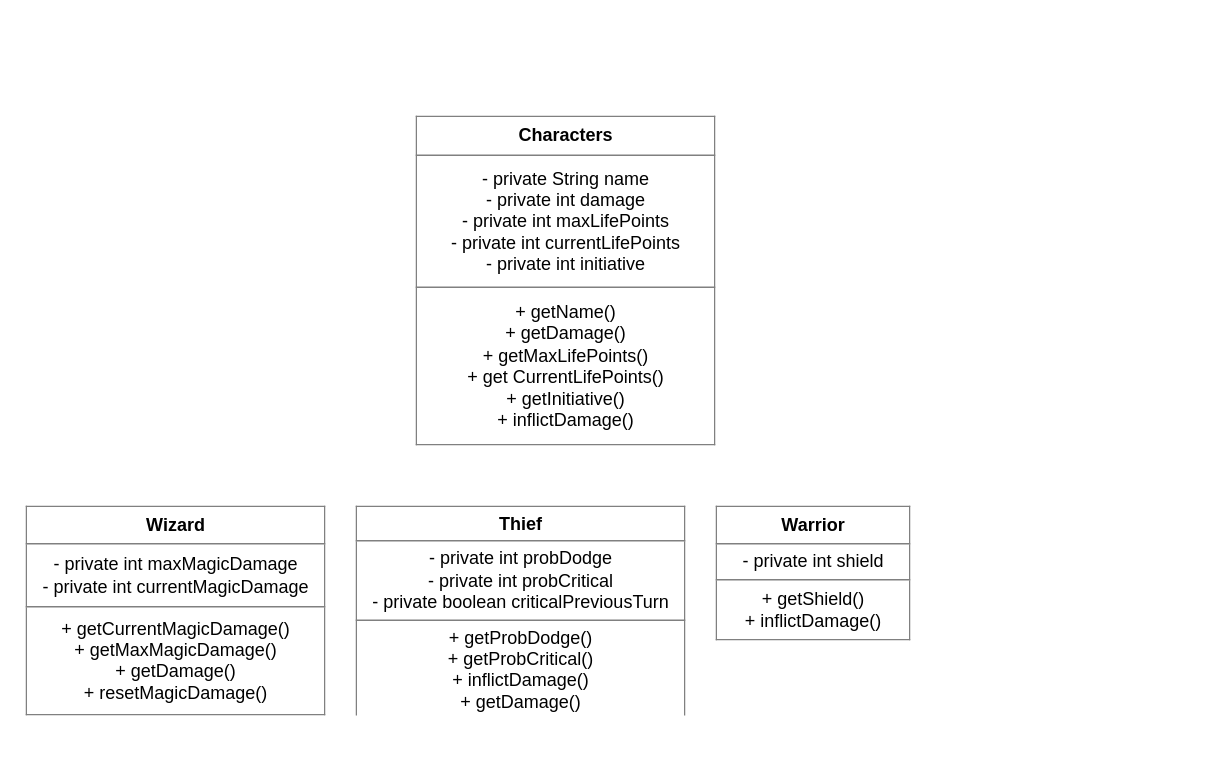
Before: POO Diagram.drawio in SarahHayat/pooDnd, a draw.io diagram. Source tidied: cells renumbered, new cells numbered last; positions are measured from the earlier drawing's top-left corner, leaving out a move shared by most shapes. Both pictures are drawn from the tidied source at 150%, with x=0, y=0 at pixel (26, 116).
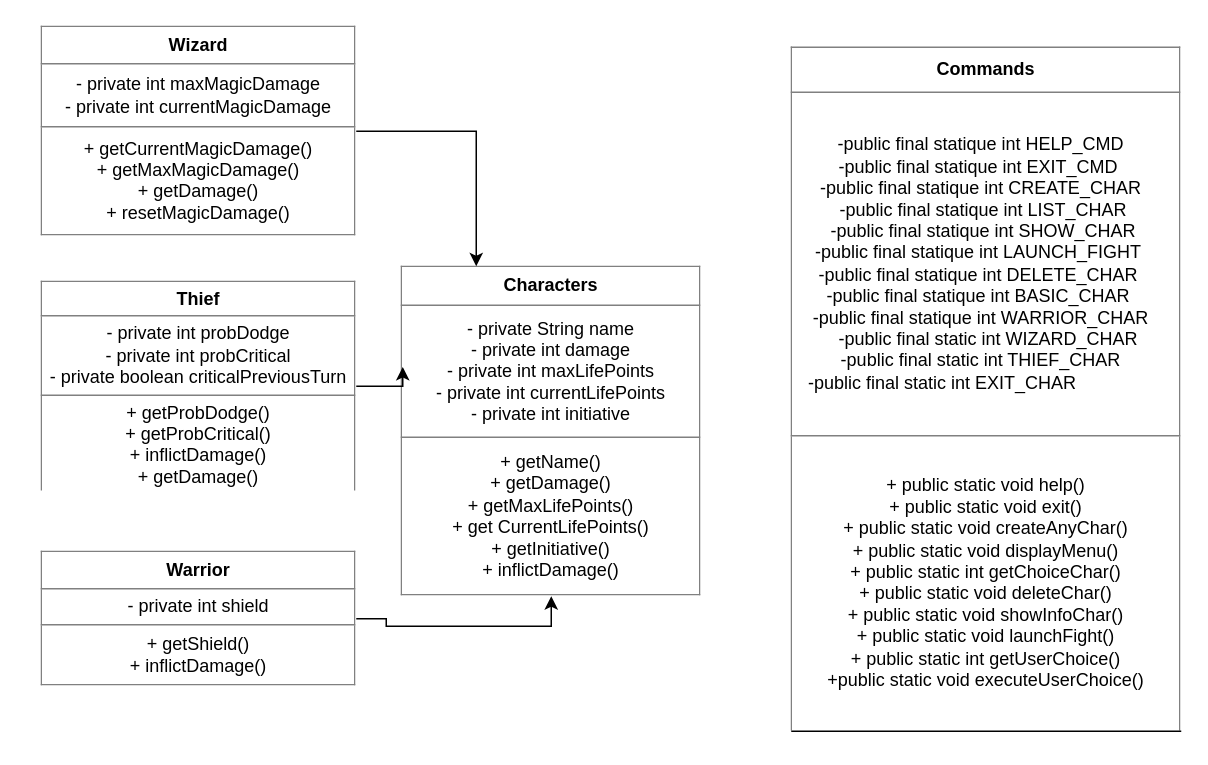
The same page after the edit.

Diff of the diagram source:
```diff
@@
 <mxGraphModel>
   <root>
     <mxCell id="0" />
     <mxCell id="1" parent="0" />
     <mxCell id="2" value="&lt;table border=&quot;1&quot; width=&quot;100%&quot; cellpadding=&quot;4&quot; style=&quot;width: 100% ; height: 100% ; border-collapse: collapse&quot;&gt;&lt;tbody&gt;&lt;tr&gt;&lt;th align=&quot;center&quot;&gt;&lt;b&gt;Characters&lt;/b&gt;&lt;/th&gt;&lt;/tr&gt;&lt;tr&gt;&lt;td align=&quot;center&quot;&gt;- private String name&lt;br&gt;- private int damage&lt;br&gt;- private int maxLifePoints&lt;br&gt;- private int currentLifePoints&lt;br&gt;- private int initiative&lt;br&gt;&lt;/td&gt;&lt;/tr&gt;&lt;tr&gt;&lt;td align=&quot;center&quot;&gt;+ getName()&lt;br&gt;+ getDamage()&lt;br&gt;+ getMaxLifePoints()&lt;br&gt;+ get CurrentLifePoints()&lt;br&gt;+ getInitiative()&lt;br&gt;+ inflictDamage()&lt;/td&gt;&lt;/tr&gt;&lt;/tbody&gt;&lt;/table&gt;" style="text;html=1;strokeColor=none;fillColor=none;overflow=fill;" parent="1" vertex="1">
-      <mxGeometry x="260" width="200" height="220" as="geometry" />
+      <mxGeometry x="250" y="100" width="200" height="220" as="geometry" />
     </mxCell>
+    <mxCell id="6" style="edgeStyle=orthogonalEdgeStyle;rounded=0;jettySize=auto;html=1;exitX=1;exitY=0.5;exitDx=0;exitDy=0;entryX=0.5;entryY=1;entryDx=0;entryDy=0;" parent="1" edge="1" source="3" target="2">
+      <mxGeometry relative="1" as="geometry" />
+    </mxCell>
     <mxCell id="3" value="&lt;table border=&quot;1&quot; width=&quot;100%&quot; cellpadding=&quot;4&quot; style=&quot;width: 100% ; height: 100% ; border-collapse: collapse&quot;&gt;&lt;tbody&gt;&lt;tr&gt;&lt;th align=&quot;center&quot;&gt;Warrior&lt;/th&gt;&lt;/tr&gt;&lt;tr&gt;&lt;td align=&quot;center&quot;&gt;- private int shield&lt;/td&gt;&lt;/tr&gt;&lt;tr&gt;&lt;td align=&quot;center&quot;&gt;+ getShield()&lt;br&gt;+ inflictDamage()&lt;/td&gt;&lt;/tr&gt;&lt;/tbody&gt;&lt;/table&gt;" style="text;html=1;strokeColor=none;fillColor=none;overflow=fill;" parent="1" vertex="1">
-      <mxGeometry x="460" y="260" width="130" height="90" as="geometry" />
+      <mxGeometry x="10" y="290" width="210" height="90" as="geometry" />
     </mxCell>
+    <mxCell id="7" style="edgeStyle=orthogonalEdgeStyle;rounded=0;jettySize=auto;html=1;exitX=1;exitY=0.5;exitDx=0;exitDy=0;entryX=0.005;entryY=0.305;entryDx=0;entryDy=0;entryPerimeter=0;" parent="1" edge="1" source="4" target="2">
+      <mxGeometry relative="1" as="geometry" />
+    </mxCell>
     <mxCell id="4" value="&lt;table border=&quot;1&quot; width=&quot;100%&quot; cellpadding=&quot;4&quot; style=&quot;width: 100% ; height: 100% ; border-collapse: collapse&quot;&gt;&lt;tbody&gt;&lt;tr&gt;&lt;th align=&quot;center&quot;&gt;&lt;b&gt;Thief&lt;/b&gt;&lt;/th&gt;&lt;/tr&gt;&lt;tr&gt;&lt;td align=&quot;center&quot;&gt;- private int probDodge&lt;br&gt;- private int probCritical&lt;br&gt;- private boolean criticalPreviousTurn&lt;/td&gt;&lt;/tr&gt;&lt;tr&gt;&lt;td align=&quot;center&quot;&gt;+ getProbDodge()&lt;br&gt;+ getProbCritical()&lt;br&gt;+ inflictDamage()&lt;br&gt;+ getDamage()&lt;/td&gt;&lt;/tr&gt;&lt;/tbody&gt;&lt;/table&gt;" style="text;html=1;strokeColor=none;fillColor=none;overflow=fill;" parent="1" vertex="1">
-      <mxGeometry x="220" y="260" width="220" height="140" as="geometry" />
+      <mxGeometry x="10" y="110" width="210" height="140" as="geometry" />
     </mxCell>
+    <mxCell id="8" style="edgeStyle=orthogonalEdgeStyle;rounded=0;jettySize=auto;html=1;exitX=1;exitY=0.5;exitDx=0;exitDy=0;entryX=0.25;entryY=0;entryDx=0;entryDy=0;" parent="1" edge="1" source="5" target="2">
+      <mxGeometry relative="1" as="geometry" />
+    </mxCell>
     <mxCell id="5" value="&lt;table border=&quot;1&quot; width=&quot;100%&quot; cellpadding=&quot;4&quot; style=&quot;width: 100% ; height: 100% ; border-collapse: collapse&quot;&gt;&lt;tbody&gt;&lt;tr&gt;&lt;th align=&quot;center&quot;&gt;Wizard&lt;br&gt;&lt;/th&gt;&lt;/tr&gt;&lt;tr&gt;&lt;td align=&quot;center&quot;&gt;- private int maxMagicDamage&lt;br&gt;- private int currentMagicDamage&lt;/td&gt;&lt;/tr&gt;&lt;tr&gt;&lt;td align=&quot;center&quot;&gt;+ getCurrentMagicDamage()&lt;br&gt;+ getMaxMagicDamage()&lt;br&gt;+ getDamage()&lt;br&gt;+ resetMagicDamage()&lt;/td&gt;&lt;/tr&gt;&lt;/tbody&gt;&lt;/table&gt;" style="text;html=1;strokeColor=none;fillColor=none;overflow=fill;" parent="1" vertex="1">
-      <mxGeometry y="260" width="200" height="140" as="geometry" />
+      <mxGeometry x="10" y="-60" width="210" height="140" as="geometry" />
     </mxCell>
+    <mxCell id="9" value="&lt;br&gt;&lt;table border=&quot;1&quot; width=&quot;100%&quot; cellpadding=&quot;4&quot; style=&quot;width: 100% ; height: 100% ; border-collapse: collapse&quot;&gt;&lt;tbody&gt;&lt;tr&gt;&lt;th align=&quot;center&quot;&gt;Commands&lt;/th&gt;&lt;/tr&gt;&lt;tr&gt;&lt;td align=&quot;center&quot;&gt;-public final statique int HELP_CMD&amp;nbsp;&amp;nbsp; &lt;br&gt;-public final statique int EXIT_CMD&amp;nbsp; &amp;nbsp;&lt;br&gt;-public final statique int CREATE_CHAR&amp;nbsp;&amp;nbsp;&lt;br&gt;&amp;nbsp;&amp;nbsp;-public final statique int LIST_CHAR&amp;nbsp; &amp;nbsp;&lt;br&gt;-public final statique int SHOW_CHAR&amp;nbsp;&lt;br&gt;-public final statique int LAUNCH_FIGHT&amp;nbsp; &amp;nbsp;&lt;br&gt;-public final statique int DELETE_CHAR&amp;nbsp; &amp;nbsp;&lt;br&gt;-public final statique int BASIC_CHAR&amp;nbsp; &amp;nbsp;&lt;br&gt;-public final statique int WARRIOR_CHAR&amp;nbsp;&amp;nbsp;&lt;br&gt;&amp;nbsp;-public final static int WIZARD_CHAR&lt;br&gt;-public final static int THIEF_CHAR&amp;nbsp;&amp;nbsp;&lt;br&gt;&lt;div style=&quot;text-align: left&quot;&gt;&lt;font style=&quot;text-align: left ; vertical-align: inherit&quot;&gt;&amp;nbsp; -&lt;/font&gt;&lt;font style=&quot;text-align: left ; vertical-align: inherit&quot;&gt;public final static int EXIT_CHAR&lt;/font&gt;&lt;/div&gt;&lt;/td&gt;&lt;/tr&gt;&lt;tr&gt;&lt;td align=&quot;center&quot;&gt;+ public static void help()&lt;br&gt;+ public static void exit()&lt;br&gt;+ public static void createAnyChar()&lt;br&gt;+ public static void displayMenu()&lt;br&gt;+ public static int getChoiceChar()&lt;br&gt;+ public static void deleteChar()&lt;br&gt;+ public static void showInfoChar()&lt;br&gt;+ public static void launchFight()&lt;br&gt;+ public static int getUserChoice()&lt;br&gt;+public static void executeUserChoice()&lt;br&gt;&amp;nbsp;&lt;br&gt;&lt;/td&gt;&lt;/tr&gt;&lt;/tbody&gt;&lt;/table&gt;" style="text;html=1;strokeColor=none;fillColor=none;overflow=fill;" parent="1" vertex="1">
+      <mxGeometry x="510" y="-60" width="260" height="470" as="geometry" />
+    </mxCell>
+    <mxCell id="10" style="line;strokeWidth=1;html=1;" parent="1" vertex="1">
+      <mxGeometry x="510" y="405" width="260" height="10" as="geometry" />
+    </mxCell>
   </root>
 </mxGraphModel>
```
